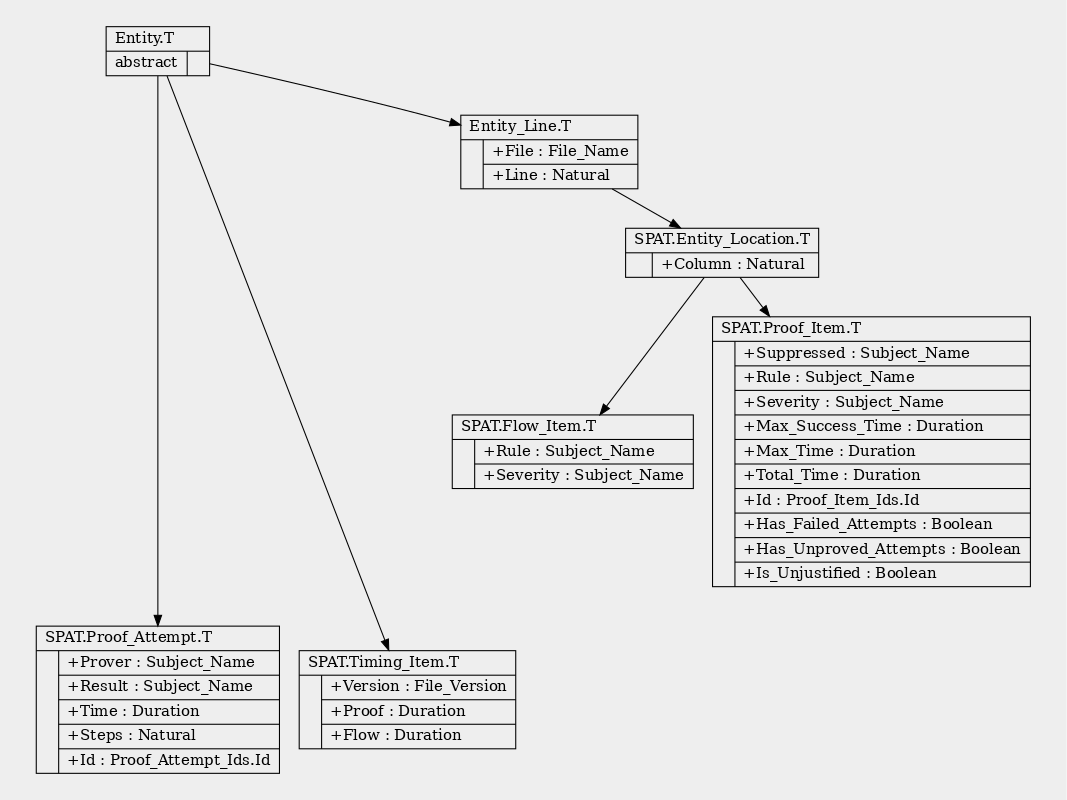
HeisenbugLtd/spat keeps this Graphviz diagram as doc/inheritance-tree.png. Above is the earlier version. Its source is kept beside it as doc/inheritance-tree.dot.
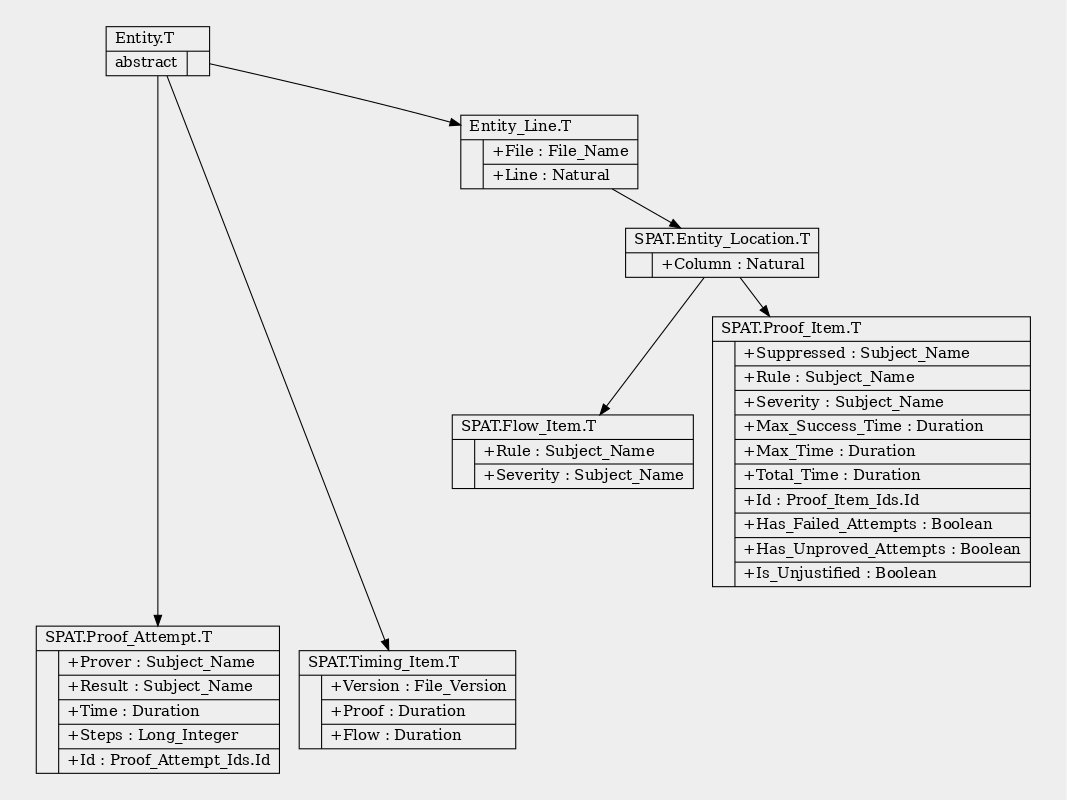
After the change.

Commit message:
* Made Steps component a Long_Integer.

What changed in the source:
```diff
@@ -11,7 +11,7 @@
   "SPAT.Entity_Location.T" [label="{SPAT.Entity_Location.T\l|{|{+Column : Natural\l}}}"];
   "SPAT.Flow_Item.T"       [label="{SPAT.Flow_Item.T\l|{|{+Rule : Subject_Name\l|+Severity : Subject_Name\l}}}"];
   "SPAT.Proof_Item.T"      [label="{SPAT.Proof_Item.T\l|{|{+Suppressed : Subject_Name\l|+Rule : Subject_Name\l|+Severity : Subject_Name\l|+Max_Success_Time : Duration\l|+Max_Time : Duration\l|+Total_Time : Duration\l|+Id : Proof_Item_Ids.Id\l|+Has_Failed_Attempts : Boolean\l|+Has_Unproved_Attempts : Boolean\l|+Is_Unjustified : Boolean\l}}}"];
-  "SPAT.Proof_Attempt.T"   [label="{SPAT.Proof_Attempt.T\l|{|{+Prover : Subject_Name\l|+Result : Subject_Name\l|+Time : Duration\l|+Steps : Natural\l|+Id : Proof_Attempt_Ids.Id}}}"];
+  "SPAT.Proof_Attempt.T"   [label="{SPAT.Proof_Attempt.T\l|{|{+Prover : Subject_Name\l|+Result : Subject_Name\l|+Time : Duration\l|+Steps : Long_Integer\l|+Id : Proof_Attempt_Ids.Id}}}"];
   "SPAT.Timing_Item.T"     [label="{SPAT.Timing_Item.T\l|{|{+Version : File_Version\l|+Proof : Duration\l|+Flow : Duration\l}}}"];
 
   "dummy" [style="invis"];
```
